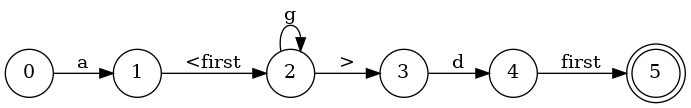
The Graphviz diagram dfa_output.png in x6x4/lab2aaaaaaaaaaa, before a commit. Its source is kept beside it as dfa_output.dot.
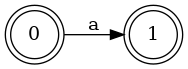
Later version of the same file.

Change to the diagram source:
```diff
@@ -2,10 +2,6 @@
 rankdir="LR"
 node [shape=circle];
 0 -> 1 [label="a"];
-1 -> 2 [label="<first"];
-2 -> 2 [label="g"];
-2 -> 3 [label=">"];
-3 -> 4 [label="d"];
-4 -> 5 [label="first"];
-5[label="5"shape=doublecircle];
+0[label="0"shape=doublecircle];
+1[label="1"shape=doublecircle];
 }
```
